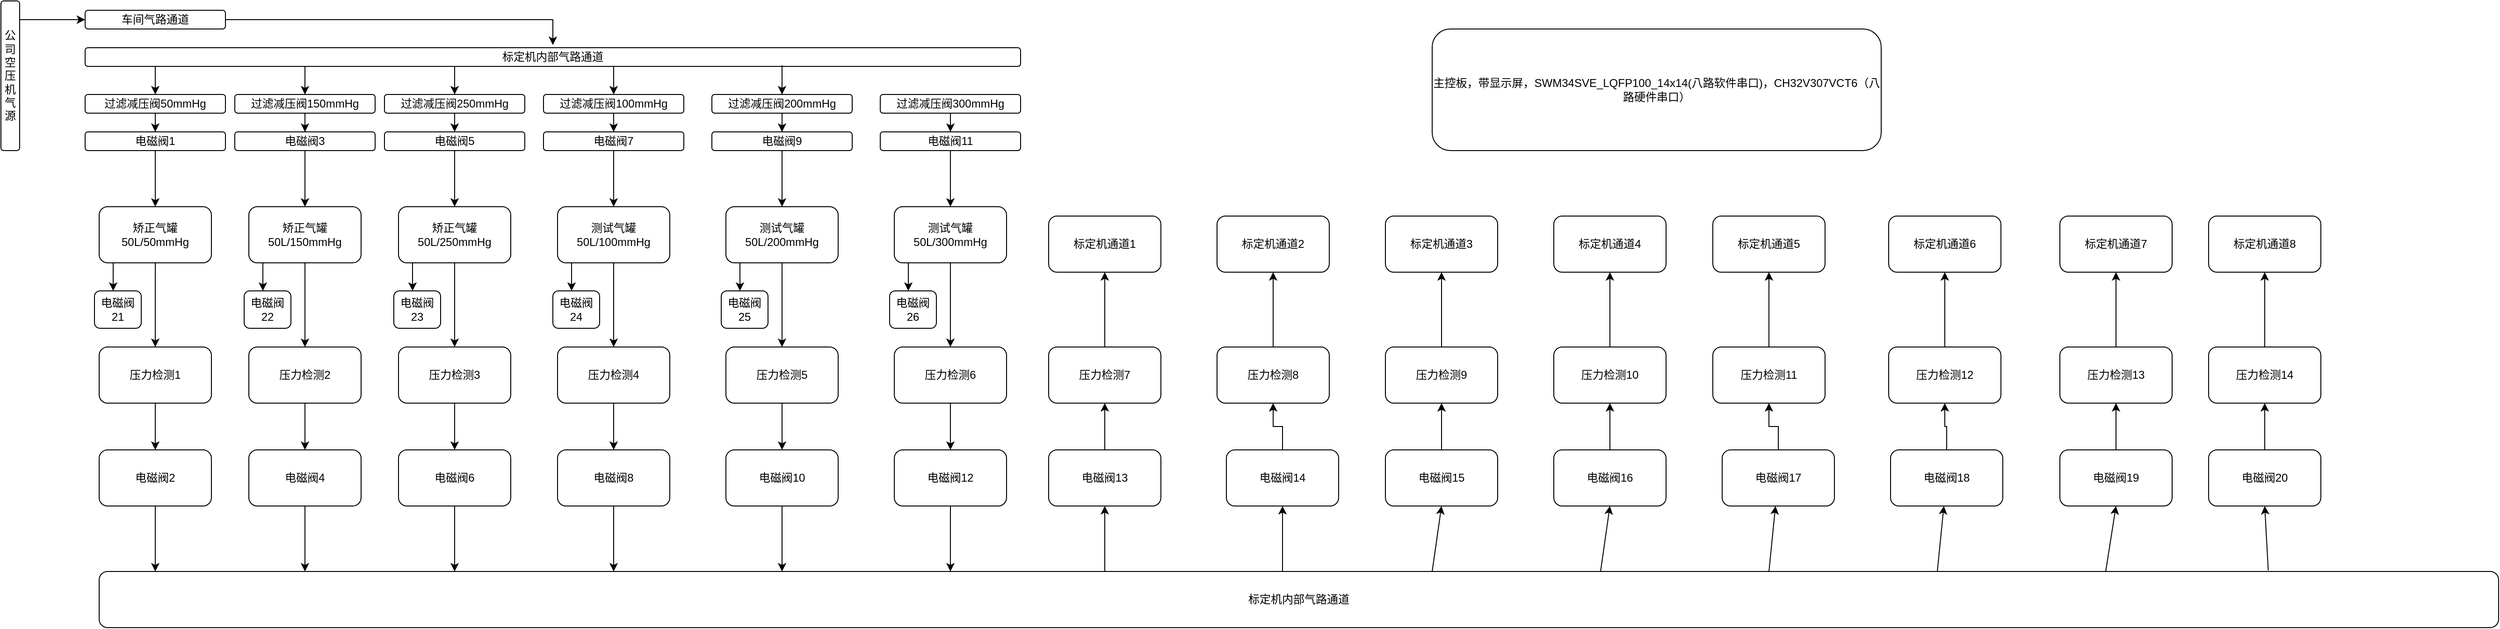
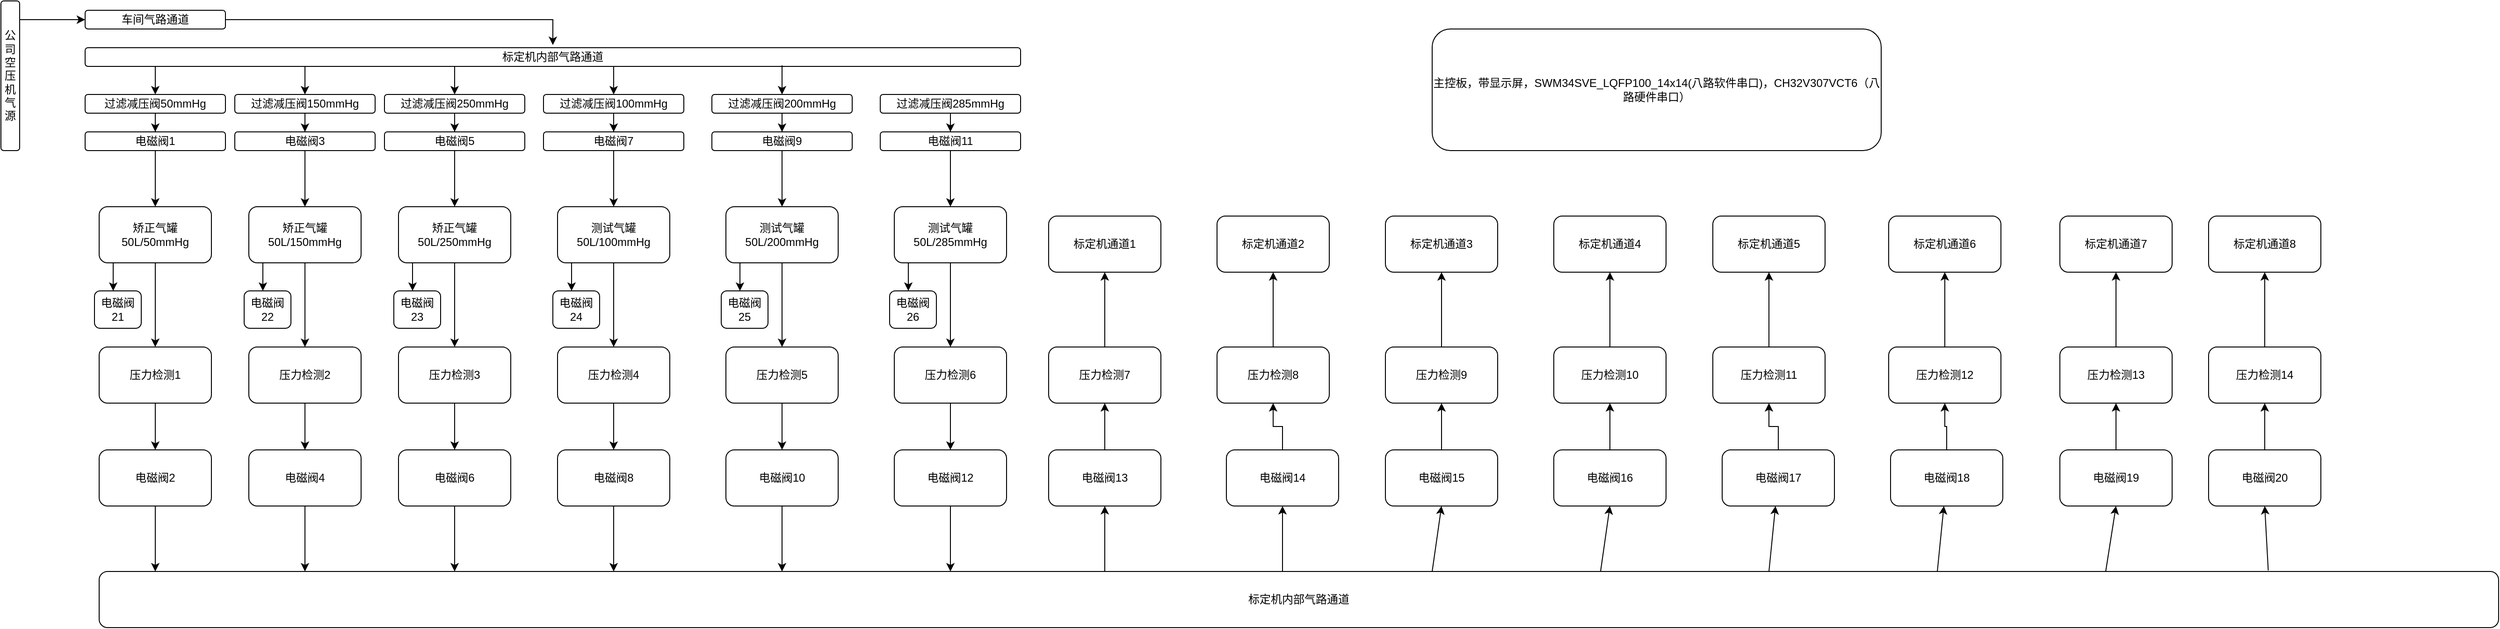
<mxfile host="Electron" agent="Mozilla/5.0 (Windows NT 10.0; Win64; x64) AppleWebKit/537.36 (KHTML, like Gecko) draw.io/29.6.6 Chrome/144.0.7559.236 Electron/40.8.4 Safari/537.36" version="29.6.6">
  <diagram name="第 1 页" id="eIWpa1wJiv5KGKKGZcOF">
-     <mxGraphModel dx="1615" dy="1127" grid="1" gridSize="10" guides="1" tooltips="1" connect="1" arrows="1" fold="1" page="1" pageScale="1" pageWidth="827" pageHeight="1169" math="0" shadow="0">
+     <mxGraphModel dx="2423" dy="1690" grid="1" gridSize="10" guides="1" tooltips="1" connect="1" arrows="1" fold="1" page="1" pageScale="1" pageWidth="827" pageHeight="1169" math="0" shadow="0">
      <root>
        <mxCell id="0" />
        <mxCell id="1" parent="0" />
        <mxCell id="NzFF_vy4wPwDICQkqwAB-2" edge="1" parent="1" source="NzFF_vy4wPwDICQkqwAB-1" style="edgeStyle=orthogonalEdgeStyle;rounded=0;orthogonalLoop=1;jettySize=auto;html=1;exitX=1;exitY=0.25;exitDx=0;exitDy=0;entryX=0;entryY=0.5;entryDx=0;entryDy=0;" target="NzFF_vy4wPwDICQkqwAB-3">
          <mxGeometry relative="1" as="geometry">
            <Array as="points">
              <mxPoint x="70" y="270" />
            </Array>
            <mxPoint x="150" y="290" as="targetPoint" />
          </mxGeometry>
        </mxCell>
        <mxCell id="NzFF_vy4wPwDICQkqwAB-1" parent="1" style="rounded=1;whiteSpace=wrap;html=1;" value="公司空压机气源" vertex="1">
          <mxGeometry height="160" width="20" x="50" y="250" as="geometry" />
        </mxCell>
        <mxCell id="NzFF_vy4wPwDICQkqwAB-5" edge="1" parent="1" style="edgeStyle=orthogonalEdgeStyle;rounded=0;orthogonalLoop=1;jettySize=auto;html=1;entryX=0.5;entryY=-0.142;entryDx=0;entryDy=0;entryPerimeter=0;" target="NzFF_vy4wPwDICQkqwAB-4" value="">
          <mxGeometry relative="1" as="geometry">
            <Array as="points">
              <mxPoint x="640" y="270" />
            </Array>
            <mxPoint x="290" y="270" as="sourcePoint" />
            <mxPoint x="640.037037037037" y="290" as="targetPoint" />
          </mxGeometry>
        </mxCell>
        <mxCell id="NzFF_vy4wPwDICQkqwAB-3" parent="1" style="rounded=1;whiteSpace=wrap;html=1;" value="车间气路通道" vertex="1">
          <mxGeometry height="20" width="150" x="140" y="260" as="geometry" />
        </mxCell>
        <mxCell id="NzFF_vy4wPwDICQkqwAB-7" edge="1" parent="1" source="NzFF_vy4wPwDICQkqwAB-4" style="edgeStyle=orthogonalEdgeStyle;rounded=0;orthogonalLoop=1;jettySize=auto;html=1;" target="NzFF_vy4wPwDICQkqwAB-6" value="">
          <mxGeometry relative="1" as="geometry">
            <Array as="points">
              <mxPoint x="215" y="330" />
              <mxPoint x="215" y="330" />
            </Array>
          </mxGeometry>
        </mxCell>
        <mxCell id="NzFF_vy4wPwDICQkqwAB-84" edge="1" parent="1" source="NzFF_vy4wPwDICQkqwAB-4" style="edgeStyle=orthogonalEdgeStyle;rounded=0;orthogonalLoop=1;jettySize=auto;html=1;exitX=0.25;exitY=1;exitDx=0;exitDy=0;entryX=0.5;entryY=0;entryDx=0;entryDy=0;" target="NzFF_vy4wPwDICQkqwAB-23">
          <mxGeometry relative="1" as="geometry" />
        </mxCell>
        <mxCell id="NzFF_vy4wPwDICQkqwAB-85" edge="1" parent="1" source="NzFF_vy4wPwDICQkqwAB-4" style="edgeStyle=orthogonalEdgeStyle;rounded=0;orthogonalLoop=1;jettySize=auto;html=1;entryX=0.5;entryY=0;entryDx=0;entryDy=0;" target="NzFF_vy4wPwDICQkqwAB-35">
          <mxGeometry relative="1" as="geometry">
            <Array as="points">
              <mxPoint x="535" y="330" />
              <mxPoint x="535" y="330" />
            </Array>
          </mxGeometry>
        </mxCell>
        <mxCell id="NzFF_vy4wPwDICQkqwAB-86" edge="1" parent="1" source="NzFF_vy4wPwDICQkqwAB-4" style="edgeStyle=orthogonalEdgeStyle;rounded=0;orthogonalLoop=1;jettySize=auto;html=1;entryX=0.5;entryY=0;entryDx=0;entryDy=0;exitX=0.568;exitY=0.912;exitDx=0;exitDy=0;exitPerimeter=0;" target="NzFF_vy4wPwDICQkqwAB-47">
          <mxGeometry relative="1" as="geometry">
            <mxPoint x="680" y="330" as="sourcePoint" />
          </mxGeometry>
        </mxCell>
        <mxCell id="NzFF_vy4wPwDICQkqwAB-4" parent="1" style="rounded=1;whiteSpace=wrap;html=1;" value="标定机内部气路通道" vertex="1">
          <mxGeometry height="20" width="1000" x="140" y="300" as="geometry" />
        </mxCell>
        <mxCell id="NzFF_vy4wPwDICQkqwAB-9" edge="1" parent="1" source="NzFF_vy4wPwDICQkqwAB-6" style="edgeStyle=orthogonalEdgeStyle;rounded=0;orthogonalLoop=1;jettySize=auto;html=1;" target="NzFF_vy4wPwDICQkqwAB-8" value="">
          <mxGeometry relative="1" as="geometry" />
        </mxCell>
        <mxCell id="NzFF_vy4wPwDICQkqwAB-6" parent="1" style="rounded=1;whiteSpace=wrap;html=1;" value="过滤减压阀50mmHg" vertex="1">
          <mxGeometry height="20" width="150" x="140" y="350" as="geometry" />
        </mxCell>
        <mxCell id="NzFF_vy4wPwDICQkqwAB-11" edge="1" parent="1" source="NzFF_vy4wPwDICQkqwAB-8" style="edgeStyle=orthogonalEdgeStyle;rounded=0;orthogonalLoop=1;jettySize=auto;html=1;" target="NzFF_vy4wPwDICQkqwAB-10" value="">
          <mxGeometry relative="1" as="geometry" />
        </mxCell>
        <mxCell id="NzFF_vy4wPwDICQkqwAB-8" parent="1" style="rounded=1;whiteSpace=wrap;html=1;" value="电磁阀1" vertex="1">
          <mxGeometry height="20" width="150" x="140" y="390" as="geometry" />
        </mxCell>
        <mxCell id="NzFF_vy4wPwDICQkqwAB-13" edge="1" parent="1" source="NzFF_vy4wPwDICQkqwAB-10" style="edgeStyle=orthogonalEdgeStyle;rounded=0;orthogonalLoop=1;jettySize=auto;html=1;exitX=0.25;exitY=1;exitDx=0;exitDy=0;">
          <mxGeometry relative="1" as="geometry">
            <mxPoint x="170" y="560" as="targetPoint" />
          </mxGeometry>
        </mxCell>
        <mxCell id="NzFF_vy4wPwDICQkqwAB-16" edge="1" parent="1" source="NzFF_vy4wPwDICQkqwAB-10" style="edgeStyle=orthogonalEdgeStyle;rounded=0;orthogonalLoop=1;jettySize=auto;html=1;exitX=0.5;exitY=1;exitDx=0;exitDy=0;">
          <mxGeometry relative="1" as="geometry">
            <mxPoint x="215" y="620" as="targetPoint" />
          </mxGeometry>
        </mxCell>
        <mxCell id="NzFF_vy4wPwDICQkqwAB-10" parent="1" style="rounded=1;whiteSpace=wrap;html=1;" value="矫正气罐50L/50mmHg" vertex="1">
          <mxGeometry height="60" width="120" x="155" y="470" as="geometry" />
        </mxCell>
        <mxCell id="NzFF_vy4wPwDICQkqwAB-14" parent="1" style="rounded=1;whiteSpace=wrap;html=1;" value="电磁阀21" vertex="1">
          <mxGeometry height="40" width="50" x="150" y="560" as="geometry" />
        </mxCell>
        <mxCell id="NzFF_vy4wPwDICQkqwAB-18" edge="1" parent="1" source="NzFF_vy4wPwDICQkqwAB-17" style="edgeStyle=orthogonalEdgeStyle;rounded=0;orthogonalLoop=1;jettySize=auto;html=1;exitX=0.5;exitY=1;exitDx=0;exitDy=0;">
          <mxGeometry relative="1" as="geometry">
            <mxPoint x="215" y="730" as="targetPoint" />
          </mxGeometry>
        </mxCell>
        <mxCell id="NzFF_vy4wPwDICQkqwAB-17" parent="1" style="rounded=1;whiteSpace=wrap;html=1;" value="压力检测1" vertex="1">
          <mxGeometry height="60" width="120" x="155" y="620" as="geometry" />
        </mxCell>
        <mxCell id="NzFF_vy4wPwDICQkqwAB-20" edge="1" parent="1" source="NzFF_vy4wPwDICQkqwAB-19" style="edgeStyle=orthogonalEdgeStyle;rounded=0;orthogonalLoop=1;jettySize=auto;html=1;exitX=0.5;exitY=1;exitDx=0;exitDy=0;">
          <mxGeometry relative="1" as="geometry">
            <mxPoint x="215" y="860" as="targetPoint" />
          </mxGeometry>
        </mxCell>
        <mxCell id="NzFF_vy4wPwDICQkqwAB-19" parent="1" style="rounded=1;whiteSpace=wrap;html=1;" value="电磁阀2" vertex="1">
          <mxGeometry height="60" width="120" x="155" y="730" as="geometry" />
        </mxCell>
        <mxCell id="NzFF_vy4wPwDICQkqwAB-91" edge="1" parent="1" source="NzFF_vy4wPwDICQkqwAB-21" style="edgeStyle=orthogonalEdgeStyle;rounded=0;orthogonalLoop=1;jettySize=auto;html=1;entryX=0.5;entryY=1;entryDx=0;entryDy=0;" target="NzFF_vy4wPwDICQkqwAB-90">
          <mxGeometry relative="1" as="geometry">
            <Array as="points">
              <mxPoint x="1230" y="830" />
              <mxPoint x="1230" y="830" />
            </Array>
          </mxGeometry>
        </mxCell>
        <mxCell id="NzFF_vy4wPwDICQkqwAB-100" edge="1" parent="1" source="NzFF_vy4wPwDICQkqwAB-21" style="edgeStyle=orthogonalEdgeStyle;rounded=0;orthogonalLoop=1;jettySize=auto;html=1;exitX=0.75;exitY=0;exitDx=0;exitDy=0;entryX=0.5;entryY=1;entryDx=0;entryDy=0;" target="NzFF_vy4wPwDICQkqwAB-97">
          <mxGeometry relative="1" as="geometry">
            <Array as="points">
              <mxPoint x="1420" y="860" />
            </Array>
          </mxGeometry>
        </mxCell>
        <mxCell id="NzFF_vy4wPwDICQkqwAB-21" parent="1" style="rounded=1;whiteSpace=wrap;html=1;" value="标定机内部气路通道" vertex="1">
          <mxGeometry height="60" width="2565" x="155" y="860" as="geometry" />
        </mxCell>
        <mxCell id="NzFF_vy4wPwDICQkqwAB-22" edge="1" parent="1" source="NzFF_vy4wPwDICQkqwAB-23" style="edgeStyle=orthogonalEdgeStyle;rounded=0;orthogonalLoop=1;jettySize=auto;html=1;" target="NzFF_vy4wPwDICQkqwAB-25" value="">
          <mxGeometry relative="1" as="geometry" />
        </mxCell>
        <mxCell id="NzFF_vy4wPwDICQkqwAB-23" parent="1" style="rounded=1;whiteSpace=wrap;html=1;" value="过滤减压阀150mmHg" vertex="1">
          <mxGeometry height="20" width="150" x="300" y="350" as="geometry" />
        </mxCell>
        <mxCell id="NzFF_vy4wPwDICQkqwAB-24" edge="1" parent="1" source="NzFF_vy4wPwDICQkqwAB-25" style="edgeStyle=orthogonalEdgeStyle;rounded=0;orthogonalLoop=1;jettySize=auto;html=1;" target="NzFF_vy4wPwDICQkqwAB-28" value="">
          <mxGeometry relative="1" as="geometry" />
        </mxCell>
        <mxCell id="NzFF_vy4wPwDICQkqwAB-25" parent="1" style="rounded=1;whiteSpace=wrap;html=1;" value="电磁阀3" vertex="1">
          <mxGeometry height="20" width="150" x="300" y="390" as="geometry" />
        </mxCell>
        <mxCell id="NzFF_vy4wPwDICQkqwAB-26" edge="1" parent="1" source="NzFF_vy4wPwDICQkqwAB-28" style="edgeStyle=orthogonalEdgeStyle;rounded=0;orthogonalLoop=1;jettySize=auto;html=1;exitX=0.25;exitY=1;exitDx=0;exitDy=0;">
          <mxGeometry relative="1" as="geometry">
            <mxPoint x="330" y="560" as="targetPoint" />
          </mxGeometry>
        </mxCell>
        <mxCell id="NzFF_vy4wPwDICQkqwAB-27" edge="1" parent="1" source="NzFF_vy4wPwDICQkqwAB-28" style="edgeStyle=orthogonalEdgeStyle;rounded=0;orthogonalLoop=1;jettySize=auto;html=1;exitX=0.5;exitY=1;exitDx=0;exitDy=0;">
          <mxGeometry relative="1" as="geometry">
            <mxPoint x="375" y="620" as="targetPoint" />
          </mxGeometry>
        </mxCell>
        <mxCell id="NzFF_vy4wPwDICQkqwAB-28" parent="1" style="rounded=1;whiteSpace=wrap;html=1;" value="矫正气罐50L/150mmHg" vertex="1">
          <mxGeometry height="60" width="120" x="315" y="470" as="geometry" />
        </mxCell>
        <mxCell id="NzFF_vy4wPwDICQkqwAB-29" parent="1" style="rounded=1;whiteSpace=wrap;html=1;" value="电磁阀22" vertex="1">
          <mxGeometry height="40" width="50" x="310" y="560" as="geometry" />
        </mxCell>
        <mxCell id="NzFF_vy4wPwDICQkqwAB-30" edge="1" parent="1" source="NzFF_vy4wPwDICQkqwAB-31" style="edgeStyle=orthogonalEdgeStyle;rounded=0;orthogonalLoop=1;jettySize=auto;html=1;exitX=0.5;exitY=1;exitDx=0;exitDy=0;">
          <mxGeometry relative="1" as="geometry">
            <mxPoint x="375" y="730" as="targetPoint" />
          </mxGeometry>
        </mxCell>
        <mxCell id="NzFF_vy4wPwDICQkqwAB-31" parent="1" style="rounded=1;whiteSpace=wrap;html=1;" value="压力检测2" vertex="1">
          <mxGeometry height="60" width="120" x="315" y="620" as="geometry" />
        </mxCell>
        <mxCell id="NzFF_vy4wPwDICQkqwAB-32" edge="1" parent="1" source="NzFF_vy4wPwDICQkqwAB-33" style="edgeStyle=orthogonalEdgeStyle;rounded=0;orthogonalLoop=1;jettySize=auto;html=1;exitX=0.5;exitY=1;exitDx=0;exitDy=0;">
          <mxGeometry relative="1" as="geometry">
            <mxPoint x="375" y="860" as="targetPoint" />
          </mxGeometry>
        </mxCell>
        <mxCell id="NzFF_vy4wPwDICQkqwAB-33" parent="1" style="rounded=1;whiteSpace=wrap;html=1;" value="电磁阀4" vertex="1">
          <mxGeometry height="60" width="120" x="315" y="730" as="geometry" />
        </mxCell>
        <mxCell id="NzFF_vy4wPwDICQkqwAB-34" edge="1" parent="1" source="NzFF_vy4wPwDICQkqwAB-35" style="edgeStyle=orthogonalEdgeStyle;rounded=0;orthogonalLoop=1;jettySize=auto;html=1;" target="NzFF_vy4wPwDICQkqwAB-37" value="">
          <mxGeometry relative="1" as="geometry" />
        </mxCell>
        <mxCell id="NzFF_vy4wPwDICQkqwAB-35" parent="1" style="rounded=1;whiteSpace=wrap;html=1;" value="过滤减压阀250mmHg" vertex="1">
          <mxGeometry height="20" width="150" x="460" y="350" as="geometry" />
        </mxCell>
        <mxCell id="NzFF_vy4wPwDICQkqwAB-36" edge="1" parent="1" source="NzFF_vy4wPwDICQkqwAB-37" style="edgeStyle=orthogonalEdgeStyle;rounded=0;orthogonalLoop=1;jettySize=auto;html=1;" target="NzFF_vy4wPwDICQkqwAB-40" value="">
          <mxGeometry relative="1" as="geometry" />
        </mxCell>
        <mxCell id="NzFF_vy4wPwDICQkqwAB-37" parent="1" style="rounded=1;whiteSpace=wrap;html=1;" value="电磁阀5" vertex="1">
          <mxGeometry height="20" width="150" x="460" y="390" as="geometry" />
        </mxCell>
        <mxCell id="NzFF_vy4wPwDICQkqwAB-38" edge="1" parent="1" source="NzFF_vy4wPwDICQkqwAB-40" style="edgeStyle=orthogonalEdgeStyle;rounded=0;orthogonalLoop=1;jettySize=auto;html=1;exitX=0.25;exitY=1;exitDx=0;exitDy=0;">
          <mxGeometry relative="1" as="geometry">
            <mxPoint x="490" y="560" as="targetPoint" />
          </mxGeometry>
        </mxCell>
        <mxCell id="NzFF_vy4wPwDICQkqwAB-39" edge="1" parent="1" source="NzFF_vy4wPwDICQkqwAB-40" style="edgeStyle=orthogonalEdgeStyle;rounded=0;orthogonalLoop=1;jettySize=auto;html=1;exitX=0.5;exitY=1;exitDx=0;exitDy=0;">
          <mxGeometry relative="1" as="geometry">
            <mxPoint x="535" y="620" as="targetPoint" />
          </mxGeometry>
        </mxCell>
        <mxCell id="NzFF_vy4wPwDICQkqwAB-40" parent="1" style="rounded=1;whiteSpace=wrap;html=1;" value="矫正气罐50L/250mmHg" vertex="1">
          <mxGeometry height="60" width="120" x="475" y="470" as="geometry" />
        </mxCell>
        <mxCell id="NzFF_vy4wPwDICQkqwAB-41" parent="1" style="rounded=1;whiteSpace=wrap;html=1;" value="电磁阀23" vertex="1">
          <mxGeometry height="40" width="50" x="470" y="560" as="geometry" />
        </mxCell>
        <mxCell id="NzFF_vy4wPwDICQkqwAB-42" edge="1" parent="1" source="NzFF_vy4wPwDICQkqwAB-43" style="edgeStyle=orthogonalEdgeStyle;rounded=0;orthogonalLoop=1;jettySize=auto;html=1;exitX=0.5;exitY=1;exitDx=0;exitDy=0;">
          <mxGeometry relative="1" as="geometry">
            <mxPoint x="535" y="730" as="targetPoint" />
          </mxGeometry>
        </mxCell>
        <mxCell id="NzFF_vy4wPwDICQkqwAB-43" parent="1" style="rounded=1;whiteSpace=wrap;html=1;" value="压力检测3" vertex="1">
          <mxGeometry height="60" width="120" x="475" y="620" as="geometry" />
        </mxCell>
        <mxCell id="NzFF_vy4wPwDICQkqwAB-44" edge="1" parent="1" source="NzFF_vy4wPwDICQkqwAB-45" style="edgeStyle=orthogonalEdgeStyle;rounded=0;orthogonalLoop=1;jettySize=auto;html=1;exitX=0.5;exitY=1;exitDx=0;exitDy=0;">
          <mxGeometry relative="1" as="geometry">
            <mxPoint x="535" y="860" as="targetPoint" />
          </mxGeometry>
        </mxCell>
        <mxCell id="NzFF_vy4wPwDICQkqwAB-45" parent="1" style="rounded=1;whiteSpace=wrap;html=1;" value="电磁阀6" vertex="1">
          <mxGeometry height="60" width="120" x="475" y="730" as="geometry" />
        </mxCell>
        <mxCell id="NzFF_vy4wPwDICQkqwAB-46" edge="1" parent="1" source="NzFF_vy4wPwDICQkqwAB-47" style="edgeStyle=orthogonalEdgeStyle;rounded=0;orthogonalLoop=1;jettySize=auto;html=1;" target="NzFF_vy4wPwDICQkqwAB-49" value="">
          <mxGeometry relative="1" as="geometry" />
        </mxCell>
        <mxCell id="NzFF_vy4wPwDICQkqwAB-47" parent="1" style="rounded=1;whiteSpace=wrap;html=1;" value="过滤减压阀100mmHg" vertex="1">
          <mxGeometry height="20" width="150" x="630" y="350" as="geometry" />
        </mxCell>
        <mxCell id="NzFF_vy4wPwDICQkqwAB-48" edge="1" parent="1" source="NzFF_vy4wPwDICQkqwAB-49" style="edgeStyle=orthogonalEdgeStyle;rounded=0;orthogonalLoop=1;jettySize=auto;html=1;" target="NzFF_vy4wPwDICQkqwAB-52" value="">
          <mxGeometry relative="1" as="geometry" />
        </mxCell>
        <mxCell id="NzFF_vy4wPwDICQkqwAB-49" parent="1" style="rounded=1;whiteSpace=wrap;html=1;" value="电磁阀7" vertex="1">
          <mxGeometry height="20" width="150" x="630" y="390" as="geometry" />
        </mxCell>
        <mxCell id="NzFF_vy4wPwDICQkqwAB-50" edge="1" parent="1" source="NzFF_vy4wPwDICQkqwAB-52" style="edgeStyle=orthogonalEdgeStyle;rounded=0;orthogonalLoop=1;jettySize=auto;html=1;exitX=0.25;exitY=1;exitDx=0;exitDy=0;">
          <mxGeometry relative="1" as="geometry">
            <mxPoint x="660" y="560" as="targetPoint" />
          </mxGeometry>
        </mxCell>
        <mxCell id="NzFF_vy4wPwDICQkqwAB-51" edge="1" parent="1" source="NzFF_vy4wPwDICQkqwAB-52" style="edgeStyle=orthogonalEdgeStyle;rounded=0;orthogonalLoop=1;jettySize=auto;html=1;exitX=0.5;exitY=1;exitDx=0;exitDy=0;">
          <mxGeometry relative="1" as="geometry">
            <mxPoint x="705" y="620" as="targetPoint" />
          </mxGeometry>
        </mxCell>
        <mxCell id="NzFF_vy4wPwDICQkqwAB-52" parent="1" style="rounded=1;whiteSpace=wrap;html=1;" value="测试气罐50L/100mmHg" vertex="1">
          <mxGeometry height="60" width="120" x="645" y="470" as="geometry" />
        </mxCell>
        <mxCell id="NzFF_vy4wPwDICQkqwAB-53" parent="1" style="rounded=1;whiteSpace=wrap;html=1;" value="电磁阀24" vertex="1">
          <mxGeometry height="40" width="50" x="640" y="560" as="geometry" />
        </mxCell>
        <mxCell id="NzFF_vy4wPwDICQkqwAB-54" edge="1" parent="1" source="NzFF_vy4wPwDICQkqwAB-55" style="edgeStyle=orthogonalEdgeStyle;rounded=0;orthogonalLoop=1;jettySize=auto;html=1;exitX=0.5;exitY=1;exitDx=0;exitDy=0;">
          <mxGeometry relative="1" as="geometry">
            <mxPoint x="705" y="730" as="targetPoint" />
          </mxGeometry>
        </mxCell>
        <mxCell id="NzFF_vy4wPwDICQkqwAB-55" parent="1" style="rounded=1;whiteSpace=wrap;html=1;" value="压力检测4" vertex="1">
          <mxGeometry height="60" width="120" x="645" y="620" as="geometry" />
        </mxCell>
        <mxCell id="NzFF_vy4wPwDICQkqwAB-56" edge="1" parent="1" source="NzFF_vy4wPwDICQkqwAB-57" style="edgeStyle=orthogonalEdgeStyle;rounded=0;orthogonalLoop=1;jettySize=auto;html=1;exitX=0.5;exitY=1;exitDx=0;exitDy=0;">
          <mxGeometry relative="1" as="geometry">
            <mxPoint x="705" y="860" as="targetPoint" />
          </mxGeometry>
        </mxCell>
        <mxCell id="NzFF_vy4wPwDICQkqwAB-57" parent="1" style="rounded=1;whiteSpace=wrap;html=1;" value="电磁阀8" vertex="1">
          <mxGeometry height="60" width="120" x="645" y="730" as="geometry" />
        </mxCell>
        <mxCell id="NzFF_vy4wPwDICQkqwAB-58" edge="1" parent="1" source="NzFF_vy4wPwDICQkqwAB-59" style="edgeStyle=orthogonalEdgeStyle;rounded=0;orthogonalLoop=1;jettySize=auto;html=1;" target="NzFF_vy4wPwDICQkqwAB-61" value="">
          <mxGeometry relative="1" as="geometry" />
        </mxCell>
        <mxCell id="NzFF_vy4wPwDICQkqwAB-59" parent="1" style="rounded=1;whiteSpace=wrap;html=1;" value="过滤减压阀200mmHg" vertex="1">
          <mxGeometry height="20" width="150" x="810" y="350" as="geometry" />
        </mxCell>
        <mxCell id="NzFF_vy4wPwDICQkqwAB-60" edge="1" parent="1" source="NzFF_vy4wPwDICQkqwAB-61" style="edgeStyle=orthogonalEdgeStyle;rounded=0;orthogonalLoop=1;jettySize=auto;html=1;" target="NzFF_vy4wPwDICQkqwAB-64" value="">
          <mxGeometry relative="1" as="geometry" />
        </mxCell>
        <mxCell id="NzFF_vy4wPwDICQkqwAB-61" parent="1" style="rounded=1;whiteSpace=wrap;html=1;" value="电磁阀9" vertex="1">
          <mxGeometry height="20" width="150" x="810" y="390" as="geometry" />
        </mxCell>
        <mxCell id="NzFF_vy4wPwDICQkqwAB-62" edge="1" parent="1" source="NzFF_vy4wPwDICQkqwAB-64" style="edgeStyle=orthogonalEdgeStyle;rounded=0;orthogonalLoop=1;jettySize=auto;html=1;exitX=0.25;exitY=1;exitDx=0;exitDy=0;">
          <mxGeometry relative="1" as="geometry">
            <mxPoint x="840" y="560" as="targetPoint" />
          </mxGeometry>
        </mxCell>
        <mxCell id="NzFF_vy4wPwDICQkqwAB-63" edge="1" parent="1" source="NzFF_vy4wPwDICQkqwAB-64" style="edgeStyle=orthogonalEdgeStyle;rounded=0;orthogonalLoop=1;jettySize=auto;html=1;exitX=0.5;exitY=1;exitDx=0;exitDy=0;">
          <mxGeometry relative="1" as="geometry">
            <mxPoint x="885" y="620" as="targetPoint" />
          </mxGeometry>
        </mxCell>
        <mxCell id="NzFF_vy4wPwDICQkqwAB-64" parent="1" style="rounded=1;whiteSpace=wrap;html=1;" value="测试气罐50L/200mmHg" vertex="1">
          <mxGeometry height="60" width="120" x="825" y="470" as="geometry" />
        </mxCell>
        <mxCell id="NzFF_vy4wPwDICQkqwAB-65" parent="1" style="rounded=1;whiteSpace=wrap;html=1;" value="电磁阀25" vertex="1">
          <mxGeometry height="40" width="50" x="820" y="560" as="geometry" />
        </mxCell>
        <mxCell id="NzFF_vy4wPwDICQkqwAB-66" edge="1" parent="1" source="NzFF_vy4wPwDICQkqwAB-67" style="edgeStyle=orthogonalEdgeStyle;rounded=0;orthogonalLoop=1;jettySize=auto;html=1;exitX=0.5;exitY=1;exitDx=0;exitDy=0;">
          <mxGeometry relative="1" as="geometry">
            <mxPoint x="885" y="730" as="targetPoint" />
          </mxGeometry>
        </mxCell>
        <mxCell id="NzFF_vy4wPwDICQkqwAB-67" parent="1" style="rounded=1;whiteSpace=wrap;html=1;" value="压力检测5" vertex="1">
          <mxGeometry height="60" width="120" x="825" y="620" as="geometry" />
        </mxCell>
        <mxCell id="NzFF_vy4wPwDICQkqwAB-68" edge="1" parent="1" source="NzFF_vy4wPwDICQkqwAB-69" style="edgeStyle=orthogonalEdgeStyle;rounded=0;orthogonalLoop=1;jettySize=auto;html=1;exitX=0.5;exitY=1;exitDx=0;exitDy=0;">
          <mxGeometry relative="1" as="geometry">
            <mxPoint x="885" y="860" as="targetPoint" />
          </mxGeometry>
        </mxCell>
        <mxCell id="NzFF_vy4wPwDICQkqwAB-69" parent="1" style="rounded=1;whiteSpace=wrap;html=1;" value="电磁阀10" vertex="1">
          <mxGeometry height="60" width="120" x="825" y="730" as="geometry" />
        </mxCell>
        <mxCell id="NzFF_vy4wPwDICQkqwAB-70" edge="1" parent="1" source="NzFF_vy4wPwDICQkqwAB-71" style="edgeStyle=orthogonalEdgeStyle;rounded=0;orthogonalLoop=1;jettySize=auto;html=1;" target="NzFF_vy4wPwDICQkqwAB-73" value="">
          <mxGeometry relative="1" as="geometry" />
        </mxCell>
-         <mxCell id="NzFF_vy4wPwDICQkqwAB-71" parent="1" style="rounded=1;whiteSpace=wrap;html=1;" value="过滤减压阀300mmHg" vertex="1">
+         <mxCell id="NzFF_vy4wPwDICQkqwAB-71" parent="1" style="rounded=1;whiteSpace=wrap;html=1;" value="过滤减压阀285mmHg" vertex="1">
          <mxGeometry height="20" width="150" x="990" y="350" as="geometry" />
        </mxCell>
        <mxCell id="NzFF_vy4wPwDICQkqwAB-72" edge="1" parent="1" source="NzFF_vy4wPwDICQkqwAB-73" style="edgeStyle=orthogonalEdgeStyle;rounded=0;orthogonalLoop=1;jettySize=auto;html=1;" target="NzFF_vy4wPwDICQkqwAB-76" value="">
          <mxGeometry relative="1" as="geometry" />
        </mxCell>
        <mxCell id="NzFF_vy4wPwDICQkqwAB-73" parent="1" style="rounded=1;whiteSpace=wrap;html=1;" value="电磁阀11" vertex="1">
          <mxGeometry height="20" width="150" x="990" y="390" as="geometry" />
        </mxCell>
        <mxCell id="NzFF_vy4wPwDICQkqwAB-74" edge="1" parent="1" source="NzFF_vy4wPwDICQkqwAB-76" style="edgeStyle=orthogonalEdgeStyle;rounded=0;orthogonalLoop=1;jettySize=auto;html=1;exitX=0.25;exitY=1;exitDx=0;exitDy=0;">
          <mxGeometry relative="1" as="geometry">
            <mxPoint x="1020" y="560" as="targetPoint" />
          </mxGeometry>
        </mxCell>
        <mxCell id="NzFF_vy4wPwDICQkqwAB-75" edge="1" parent="1" source="NzFF_vy4wPwDICQkqwAB-76" style="edgeStyle=orthogonalEdgeStyle;rounded=0;orthogonalLoop=1;jettySize=auto;html=1;exitX=0.5;exitY=1;exitDx=0;exitDy=0;">
          <mxGeometry relative="1" as="geometry">
            <mxPoint x="1065" y="620" as="targetPoint" />
          </mxGeometry>
        </mxCell>
-         <mxCell id="NzFF_vy4wPwDICQkqwAB-76" parent="1" style="rounded=1;whiteSpace=wrap;html=1;" value="测试气罐50L/300mmHg" vertex="1">
+         <mxCell id="NzFF_vy4wPwDICQkqwAB-76" parent="1" style="rounded=1;whiteSpace=wrap;html=1;" value="测试气罐50L/285mmHg" vertex="1">
          <mxGeometry height="60" width="120" x="1005" y="470" as="geometry" />
        </mxCell>
        <mxCell id="NzFF_vy4wPwDICQkqwAB-77" parent="1" style="rounded=1;whiteSpace=wrap;html=1;" value="电磁阀26" vertex="1">
          <mxGeometry height="40" width="50" x="1000" y="560" as="geometry" />
        </mxCell>
        <mxCell id="NzFF_vy4wPwDICQkqwAB-78" edge="1" parent="1" source="NzFF_vy4wPwDICQkqwAB-79" style="edgeStyle=orthogonalEdgeStyle;rounded=0;orthogonalLoop=1;jettySize=auto;html=1;exitX=0.5;exitY=1;exitDx=0;exitDy=0;">
          <mxGeometry relative="1" as="geometry">
            <mxPoint x="1065" y="730" as="targetPoint" />
          </mxGeometry>
        </mxCell>
        <mxCell id="NzFF_vy4wPwDICQkqwAB-79" parent="1" style="rounded=1;whiteSpace=wrap;html=1;" value="压力检测6" vertex="1">
          <mxGeometry height="60" width="120" x="1005" y="620" as="geometry" />
        </mxCell>
        <mxCell id="NzFF_vy4wPwDICQkqwAB-80" edge="1" parent="1" source="NzFF_vy4wPwDICQkqwAB-81" style="edgeStyle=orthogonalEdgeStyle;rounded=0;orthogonalLoop=1;jettySize=auto;html=1;exitX=0.5;exitY=1;exitDx=0;exitDy=0;">
          <mxGeometry relative="1" as="geometry">
            <mxPoint x="1065" y="860" as="targetPoint" />
          </mxGeometry>
        </mxCell>
        <mxCell id="NzFF_vy4wPwDICQkqwAB-81" parent="1" style="rounded=1;whiteSpace=wrap;html=1;" value="电磁阀12" vertex="1">
          <mxGeometry height="60" width="120" x="1005" y="730" as="geometry" />
        </mxCell>
        <mxCell id="NzFF_vy4wPwDICQkqwAB-88" edge="1" parent="1" source="NzFF_vy4wPwDICQkqwAB-4" style="endArrow=classic;html=1;rounded=0;exitX=0.745;exitY=0.946;exitDx=0;exitDy=0;entryX=0.5;entryY=0;entryDx=0;entryDy=0;exitPerimeter=0;" target="NzFF_vy4wPwDICQkqwAB-59" value="">
          <mxGeometry height="50" relative="1" width="50" as="geometry">
            <mxPoint x="670" y="440" as="sourcePoint" />
            <mxPoint x="720" y="390" as="targetPoint" />
          </mxGeometry>
        </mxCell>
        <mxCell id="NzFF_vy4wPwDICQkqwAB-93" edge="1" parent="1" source="NzFF_vy4wPwDICQkqwAB-90" style="edgeStyle=orthogonalEdgeStyle;rounded=0;orthogonalLoop=1;jettySize=auto;html=1;" target="NzFF_vy4wPwDICQkqwAB-92" value="">
          <mxGeometry relative="1" as="geometry" />
        </mxCell>
        <mxCell id="NzFF_vy4wPwDICQkqwAB-90" parent="1" style="rounded=1;whiteSpace=wrap;html=1;" value="电磁阀13" vertex="1">
          <mxGeometry height="60" width="120" x="1170" y="730" as="geometry" />
        </mxCell>
        <mxCell id="NzFF_vy4wPwDICQkqwAB-123" edge="1" parent="1" source="NzFF_vy4wPwDICQkqwAB-92" style="edgeStyle=orthogonalEdgeStyle;rounded=0;orthogonalLoop=1;jettySize=auto;html=1;" target="NzFF_vy4wPwDICQkqwAB-122" value="">
          <mxGeometry relative="1" as="geometry" />
        </mxCell>
        <mxCell id="NzFF_vy4wPwDICQkqwAB-92" parent="1" style="rounded=1;whiteSpace=wrap;html=1;" value="压力检测7" vertex="1">
          <mxGeometry height="60" width="120" x="1170" y="620" as="geometry" />
        </mxCell>
        <mxCell id="NzFF_vy4wPwDICQkqwAB-125" edge="1" parent="1" source="NzFF_vy4wPwDICQkqwAB-94" style="edgeStyle=orthogonalEdgeStyle;rounded=0;orthogonalLoop=1;jettySize=auto;html=1;" target="NzFF_vy4wPwDICQkqwAB-124" value="">
          <mxGeometry relative="1" as="geometry" />
        </mxCell>
        <mxCell id="NzFF_vy4wPwDICQkqwAB-94" parent="1" style="rounded=1;whiteSpace=wrap;html=1;" value="压力检测8" vertex="1">
          <mxGeometry height="60" width="120" x="1350" y="620" as="geometry" />
        </mxCell>
        <mxCell id="NzFF_vy4wPwDICQkqwAB-127" edge="1" parent="1" source="NzFF_vy4wPwDICQkqwAB-95" style="edgeStyle=orthogonalEdgeStyle;rounded=0;orthogonalLoop=1;jettySize=auto;html=1;" target="NzFF_vy4wPwDICQkqwAB-126" value="">
          <mxGeometry relative="1" as="geometry" />
        </mxCell>
        <mxCell id="NzFF_vy4wPwDICQkqwAB-95" parent="1" style="rounded=1;whiteSpace=wrap;html=1;" value="压力检测9" vertex="1">
          <mxGeometry height="60" width="120" x="1530" y="620" as="geometry" />
        </mxCell>
        <mxCell id="NzFF_vy4wPwDICQkqwAB-129" edge="1" parent="1" source="NzFF_vy4wPwDICQkqwAB-96" style="edgeStyle=orthogonalEdgeStyle;rounded=0;orthogonalLoop=1;jettySize=auto;html=1;" target="NzFF_vy4wPwDICQkqwAB-128" value="">
          <mxGeometry relative="1" as="geometry" />
        </mxCell>
        <mxCell id="NzFF_vy4wPwDICQkqwAB-96" parent="1" style="rounded=1;whiteSpace=wrap;html=1;" value="压力检测10" vertex="1">
          <mxGeometry height="60" width="120" x="1710" y="620" as="geometry" />
        </mxCell>
        <mxCell id="NzFF_vy4wPwDICQkqwAB-111" edge="1" parent="1" source="NzFF_vy4wPwDICQkqwAB-97" style="edgeStyle=orthogonalEdgeStyle;rounded=0;orthogonalLoop=1;jettySize=auto;html=1;" target="NzFF_vy4wPwDICQkqwAB-94" value="">
          <mxGeometry relative="1" as="geometry" />
        </mxCell>
        <mxCell id="NzFF_vy4wPwDICQkqwAB-97" parent="1" style="rounded=1;whiteSpace=wrap;html=1;" value="电磁阀14" vertex="1">
          <mxGeometry height="60" width="120" x="1360" y="730" as="geometry" />
        </mxCell>
        <mxCell id="NzFF_vy4wPwDICQkqwAB-112" edge="1" parent="1" source="NzFF_vy4wPwDICQkqwAB-98" style="edgeStyle=orthogonalEdgeStyle;rounded=0;orthogonalLoop=1;jettySize=auto;html=1;" target="NzFF_vy4wPwDICQkqwAB-95" value="">
          <mxGeometry relative="1" as="geometry" />
        </mxCell>
        <mxCell id="NzFF_vy4wPwDICQkqwAB-98" parent="1" style="rounded=1;whiteSpace=wrap;html=1;" value="电磁阀15" vertex="1">
          <mxGeometry height="60" width="120" x="1530" y="730" as="geometry" />
        </mxCell>
        <mxCell id="NzFF_vy4wPwDICQkqwAB-113" edge="1" parent="1" source="NzFF_vy4wPwDICQkqwAB-99" style="edgeStyle=orthogonalEdgeStyle;rounded=0;orthogonalLoop=1;jettySize=auto;html=1;" target="NzFF_vy4wPwDICQkqwAB-96" value="">
          <mxGeometry relative="1" as="geometry" />
        </mxCell>
        <mxCell id="NzFF_vy4wPwDICQkqwAB-99" parent="1" style="rounded=1;whiteSpace=wrap;html=1;" value="电磁阀16" vertex="1">
          <mxGeometry height="60" width="120" x="1710" y="730" as="geometry" />
        </mxCell>
        <mxCell id="NzFF_vy4wPwDICQkqwAB-114" edge="1" parent="1" source="NzFF_vy4wPwDICQkqwAB-101" style="edgeStyle=orthogonalEdgeStyle;rounded=0;orthogonalLoop=1;jettySize=auto;html=1;" target="NzFF_vy4wPwDICQkqwAB-108" value="">
          <mxGeometry relative="1" as="geometry" />
        </mxCell>
        <mxCell id="NzFF_vy4wPwDICQkqwAB-101" parent="1" style="rounded=1;whiteSpace=wrap;html=1;" value="电磁阀17" vertex="1">
          <mxGeometry height="60" width="120" x="1890" y="730" as="geometry" />
        </mxCell>
        <mxCell id="NzFF_vy4wPwDICQkqwAB-115" edge="1" parent="1" source="NzFF_vy4wPwDICQkqwAB-102" style="edgeStyle=orthogonalEdgeStyle;rounded=0;orthogonalLoop=1;jettySize=auto;html=1;" target="NzFF_vy4wPwDICQkqwAB-109" value="">
          <mxGeometry relative="1" as="geometry" />
        </mxCell>
        <mxCell id="NzFF_vy4wPwDICQkqwAB-102" parent="1" style="rounded=1;whiteSpace=wrap;html=1;" value="电磁阀18" vertex="1">
          <mxGeometry height="60" width="120" x="2070" y="730" as="geometry" />
        </mxCell>
        <mxCell id="NzFF_vy4wPwDICQkqwAB-116" edge="1" parent="1" source="NzFF_vy4wPwDICQkqwAB-103" style="edgeStyle=orthogonalEdgeStyle;rounded=0;orthogonalLoop=1;jettySize=auto;html=1;" target="NzFF_vy4wPwDICQkqwAB-110" value="">
          <mxGeometry relative="1" as="geometry" />
        </mxCell>
        <mxCell id="NzFF_vy4wPwDICQkqwAB-103" parent="1" style="rounded=1;whiteSpace=wrap;html=1;" value="电磁阀19" vertex="1">
          <mxGeometry height="60" width="120" x="2251" y="730" as="geometry" />
        </mxCell>
        <mxCell id="NzFF_vy4wPwDICQkqwAB-104" edge="1" parent="1" style="endArrow=classic;html=1;rounded=0;entryX=0.5;entryY=1;entryDx=0;entryDy=0;" target="NzFF_vy4wPwDICQkqwAB-98" value="">
          <mxGeometry height="50" relative="1" width="50" as="geometry">
            <mxPoint x="1580" y="860" as="sourcePoint" />
            <mxPoint x="1630" y="810" as="targetPoint" />
          </mxGeometry>
        </mxCell>
        <mxCell id="NzFF_vy4wPwDICQkqwAB-105" edge="1" parent="1" style="endArrow=classic;html=1;rounded=0;entryX=0.5;entryY=1;entryDx=0;entryDy=0;" target="NzFF_vy4wPwDICQkqwAB-99" value="">
          <mxGeometry height="50" relative="1" width="50" as="geometry">
            <mxPoint x="1760" y="860" as="sourcePoint" />
            <mxPoint x="1810" y="810" as="targetPoint" />
          </mxGeometry>
        </mxCell>
        <mxCell id="NzFF_vy4wPwDICQkqwAB-106" edge="1" parent="1" style="endArrow=classic;html=1;rounded=0;" target="NzFF_vy4wPwDICQkqwAB-101" value="">
          <mxGeometry height="50" relative="1" width="50" as="geometry">
            <mxPoint x="1940" y="860" as="sourcePoint" />
            <mxPoint x="1990" y="810" as="targetPoint" />
          </mxGeometry>
        </mxCell>
        <mxCell id="NzFF_vy4wPwDICQkqwAB-107" edge="1" parent="1" style="endArrow=classic;html=1;rounded=0;" target="NzFF_vy4wPwDICQkqwAB-102" value="">
          <mxGeometry height="50" relative="1" width="50" as="geometry">
            <mxPoint x="2120" y="860" as="sourcePoint" />
            <mxPoint x="2170" y="810" as="targetPoint" />
          </mxGeometry>
        </mxCell>
        <mxCell id="NzFF_vy4wPwDICQkqwAB-131" edge="1" parent="1" source="NzFF_vy4wPwDICQkqwAB-108" style="edgeStyle=orthogonalEdgeStyle;rounded=0;orthogonalLoop=1;jettySize=auto;html=1;" target="NzFF_vy4wPwDICQkqwAB-130" value="">
          <mxGeometry relative="1" as="geometry" />
        </mxCell>
        <mxCell id="NzFF_vy4wPwDICQkqwAB-108" parent="1" style="rounded=1;whiteSpace=wrap;html=1;" value="压力检测11" vertex="1">
          <mxGeometry height="60" width="120" x="1880" y="620" as="geometry" />
        </mxCell>
        <mxCell id="NzFF_vy4wPwDICQkqwAB-133" edge="1" parent="1" source="NzFF_vy4wPwDICQkqwAB-109" style="edgeStyle=orthogonalEdgeStyle;rounded=0;orthogonalLoop=1;jettySize=auto;html=1;" target="NzFF_vy4wPwDICQkqwAB-132" value="">
          <mxGeometry relative="1" as="geometry" />
        </mxCell>
        <mxCell id="NzFF_vy4wPwDICQkqwAB-109" parent="1" style="rounded=1;whiteSpace=wrap;html=1;" value="压力检测12" vertex="1">
          <mxGeometry height="60" width="120" x="2068" y="620" as="geometry" />
        </mxCell>
        <mxCell id="NzFF_vy4wPwDICQkqwAB-135" edge="1" parent="1" source="NzFF_vy4wPwDICQkqwAB-110" style="edgeStyle=orthogonalEdgeStyle;rounded=0;orthogonalLoop=1;jettySize=auto;html=1;" target="NzFF_vy4wPwDICQkqwAB-134" value="">
          <mxGeometry relative="1" as="geometry" />
        </mxCell>
        <mxCell id="NzFF_vy4wPwDICQkqwAB-110" parent="1" style="rounded=1;whiteSpace=wrap;html=1;" value="压力检测13" vertex="1">
          <mxGeometry height="60" width="120" x="2251" y="620" as="geometry" />
        </mxCell>
        <mxCell id="NzFF_vy4wPwDICQkqwAB-117" edge="1" parent="1" style="endArrow=classic;html=1;rounded=0;entryX=0.5;entryY=1;entryDx=0;entryDy=0;" target="NzFF_vy4wPwDICQkqwAB-103" value="">
          <mxGeometry height="50" relative="1" width="50" as="geometry">
            <mxPoint x="2300" y="860" as="sourcePoint" />
            <mxPoint x="2350" y="810" as="targetPoint" />
          </mxGeometry>
        </mxCell>
        <mxCell id="NzFF_vy4wPwDICQkqwAB-118" edge="1" parent="1" source="NzFF_vy4wPwDICQkqwAB-119" style="edgeStyle=orthogonalEdgeStyle;rounded=0;orthogonalLoop=1;jettySize=auto;html=1;" target="NzFF_vy4wPwDICQkqwAB-120" value="">
          <mxGeometry relative="1" as="geometry" />
        </mxCell>
        <mxCell id="NzFF_vy4wPwDICQkqwAB-119" parent="1" style="rounded=1;whiteSpace=wrap;html=1;" value="电磁阀20" vertex="1">
          <mxGeometry height="60" width="120" x="2410" y="730" as="geometry" />
        </mxCell>
        <mxCell id="NzFF_vy4wPwDICQkqwAB-137" edge="1" parent="1" source="NzFF_vy4wPwDICQkqwAB-120" style="edgeStyle=orthogonalEdgeStyle;rounded=0;orthogonalLoop=1;jettySize=auto;html=1;" target="NzFF_vy4wPwDICQkqwAB-136" value="">
          <mxGeometry relative="1" as="geometry" />
        </mxCell>
        <mxCell id="NzFF_vy4wPwDICQkqwAB-120" parent="1" style="rounded=1;whiteSpace=wrap;html=1;" value="压力检测14" vertex="1">
          <mxGeometry height="60" width="120" x="2410" y="620" as="geometry" />
        </mxCell>
        <mxCell id="NzFF_vy4wPwDICQkqwAB-121" edge="1" parent="1" source="NzFF_vy4wPwDICQkqwAB-21" style="endArrow=classic;html=1;rounded=0;entryX=0.5;entryY=1;entryDx=0;entryDy=0;exitX=0.904;exitY=-0.019;exitDx=0;exitDy=0;exitPerimeter=0;" target="NzFF_vy4wPwDICQkqwAB-119" value="">
          <mxGeometry height="50" relative="1" width="50" as="geometry">
            <mxPoint x="2459" y="860" as="sourcePoint" />
            <mxPoint x="2509" y="810" as="targetPoint" />
          </mxGeometry>
        </mxCell>
        <mxCell id="NzFF_vy4wPwDICQkqwAB-122" parent="1" style="rounded=1;whiteSpace=wrap;html=1;" value="标定机通道1" vertex="1">
          <mxGeometry height="60" width="120" x="1170" y="480" as="geometry" />
        </mxCell>
        <mxCell id="NzFF_vy4wPwDICQkqwAB-124" parent="1" style="rounded=1;whiteSpace=wrap;html=1;" value="标定机通道2" vertex="1">
          <mxGeometry height="60" width="120" x="1350" y="480" as="geometry" />
        </mxCell>
        <mxCell id="NzFF_vy4wPwDICQkqwAB-126" parent="1" style="rounded=1;whiteSpace=wrap;html=1;" value="标定机通道3" vertex="1">
          <mxGeometry height="60" width="120" x="1530" y="480" as="geometry" />
        </mxCell>
        <mxCell id="NzFF_vy4wPwDICQkqwAB-128" parent="1" style="rounded=1;whiteSpace=wrap;html=1;" value="标定机通道4" vertex="1">
          <mxGeometry height="60" width="120" x="1710" y="480" as="geometry" />
        </mxCell>
        <mxCell id="NzFF_vy4wPwDICQkqwAB-130" parent="1" style="rounded=1;whiteSpace=wrap;html=1;" value="标定机通道5" vertex="1">
          <mxGeometry height="60" width="120" x="1880" y="480" as="geometry" />
        </mxCell>
        <mxCell id="NzFF_vy4wPwDICQkqwAB-132" parent="1" style="rounded=1;whiteSpace=wrap;html=1;" value="标定机通道6" vertex="1">
          <mxGeometry height="60" width="120" x="2068" y="480" as="geometry" />
        </mxCell>
        <mxCell id="NzFF_vy4wPwDICQkqwAB-134" parent="1" style="rounded=1;whiteSpace=wrap;html=1;" value="标定机通道7" vertex="1">
          <mxGeometry height="60" width="120" x="2251" y="480" as="geometry" />
        </mxCell>
        <mxCell id="NzFF_vy4wPwDICQkqwAB-136" parent="1" style="rounded=1;whiteSpace=wrap;html=1;" value="标定机通道8" vertex="1">
          <mxGeometry height="60" width="120" x="2410" y="480" as="geometry" />
        </mxCell>
        <mxCell id="NzFF_vy4wPwDICQkqwAB-138" parent="1" style="rounded=1;whiteSpace=wrap;html=1;" value="主控板，带显示屏，SWM34SVE_LQFP100_14x14(八路软件串口)，CH32V307VCT6（八路硬件串口）" vertex="1">
          <mxGeometry height="130" width="480" x="1580" y="280" as="geometry" />
        </mxCell>
      </root>
    </mxGraphModel>
  </diagram>
</mxfile>
